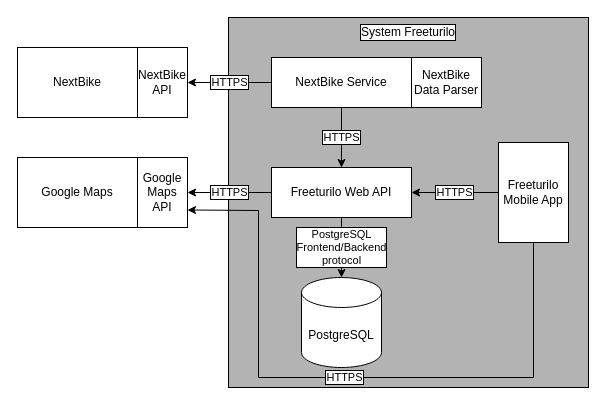
Earlier version of the draw.io diagram diagramy/komunikacja.drawio (Freeturilo/FreeturiloDocumentation). Source tidied: cells renumbered, new cells numbered last; positions are measured from the earlier drawing's top-left corner, leaving out a move shared by most shapes. Both pictures are drawn from the tidied source at 100%, with x=0, y=0 at pixel (17, 17).
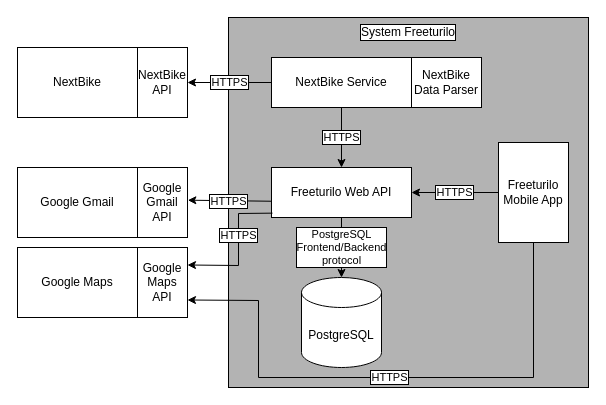
After the change.

The change refers to these unchanged cells:
```xml
<mxCell id="6" value="Freeturilo Mobile App" style="rounded=0;whiteSpace=wrap;html=1;" parent="1" vertex="1">
  <mxGeometry x="481" y="125" width="70" height="100" as="geometry" />
</mxCell>
<mxCell id="14" value="Freeturilo Web API" style="rounded=0;whiteSpace=wrap;html=1;fillColor=default;" parent="1" vertex="1">
  <mxGeometry x="254" y="150" width="140" height="50" as="geometry" />
</mxCell>
```

The edit, as a diff of the source:
```diff
@@
-    <mxCell id="4" value="HTTPS" style="rounded=0;jettySize=auto;html=1;exitX=0;exitY=0.5;exitDx=0;exitDy=0;entryX=0.5;entryY=1;entryDx=0;entryDy=0;startArrow=none;startFill=0;labelBorderColor=#000000;" parent="1" edge="1" source="14" target="7">
-      <mxGeometry relative="1" as="geometry" />
+    <mxCell id="4" value="HTTPS" style="rounded=0;jettySize=auto;html=1;entryX=0.533;entryY=1.007;entryDx=0;entryDy=0;startArrow=none;startFill=0;labelBorderColor=#000000;exitX=0.01;exitY=0.675;exitDx=0;exitDy=0;exitPerimeter=0;entryPerimeter=0;" parent="1" edge="1" source="14" target="19">
+      <mxGeometry x="0.04" y="1" relative="1" as="geometry" />
     </mxCell>
@@
     <mxCell id="7" value="&lt;div&gt;Google Maps API&lt;/div&gt;" style="rounded=0;whiteSpace=wrap;html=1;direction=north;" parent="1" vertex="1">
-      <mxGeometry x="120" y="140" width="50" height="70" as="geometry" />
+      <mxGeometry x="120" y="230" width="50" height="70" as="geometry" />
     </mxCell>
@@
     <mxCell id="9" value="Google Maps" style="rounded=0;whiteSpace=wrap;html=1;" parent="1" vertex="1">
-      <mxGeometry y="140" width="120" height="70" as="geometry" />
+      <mxGeometry y="230" width="120" height="70" as="geometry" />
     </mxCell>
@@
     <mxCell id="18" value="HTTPS" style="edgeStyle=none;rounded=0;jettySize=auto;html=1;exitX=0.5;exitY=1;exitDx=0;exitDy=0;entryX=0.25;entryY=1;entryDx=0;entryDy=0;startArrow=none;startFill=0;labelBorderColor=#000000;" parent="1" edge="1" source="6" target="7">
       <mxGeometry relative="1" as="geometry">
         <Array as="points">
           <mxPoint x="516" y="360" />
           <mxPoint x="241" y="360" />
-          <mxPoint x="241" y="193" />
+          <mxPoint x="241" y="283" />
         </Array>
       </mxGeometry>
     </mxCell>
+    <mxCell id="19" value="&lt;div&gt;Google Gmail API&lt;/div&gt;" style="rounded=0;whiteSpace=wrap;html=1;direction=north;" parent="1" vertex="1">
+      <mxGeometry x="120" y="150" width="50" height="70" as="geometry" />
+    </mxCell>
+    <mxCell id="20" value="Google Gmail" style="rounded=0;whiteSpace=wrap;html=1;" parent="1" vertex="1">
+      <mxGeometry y="150" width="120" height="70" as="geometry" />
+    </mxCell>
+    <mxCell id="21" value="HTTPS" style="rounded=0;jettySize=auto;html=1;entryX=0.75;entryY=1;entryDx=0;entryDy=0;startArrow=none;startFill=0;labelBorderColor=#000000;exitX=0.007;exitY=0.913;exitDx=0;exitDy=0;exitPerimeter=0;" parent="1" edge="1" source="14" target="7">
+      <mxGeometry x="-0.18" relative="1" as="geometry">
+        <Array as="points">
+          <mxPoint x="221" y="196" />
+          <mxPoint x="221" y="248" />
+        </Array>
+      </mxGeometry>
+    </mxCell>
```
